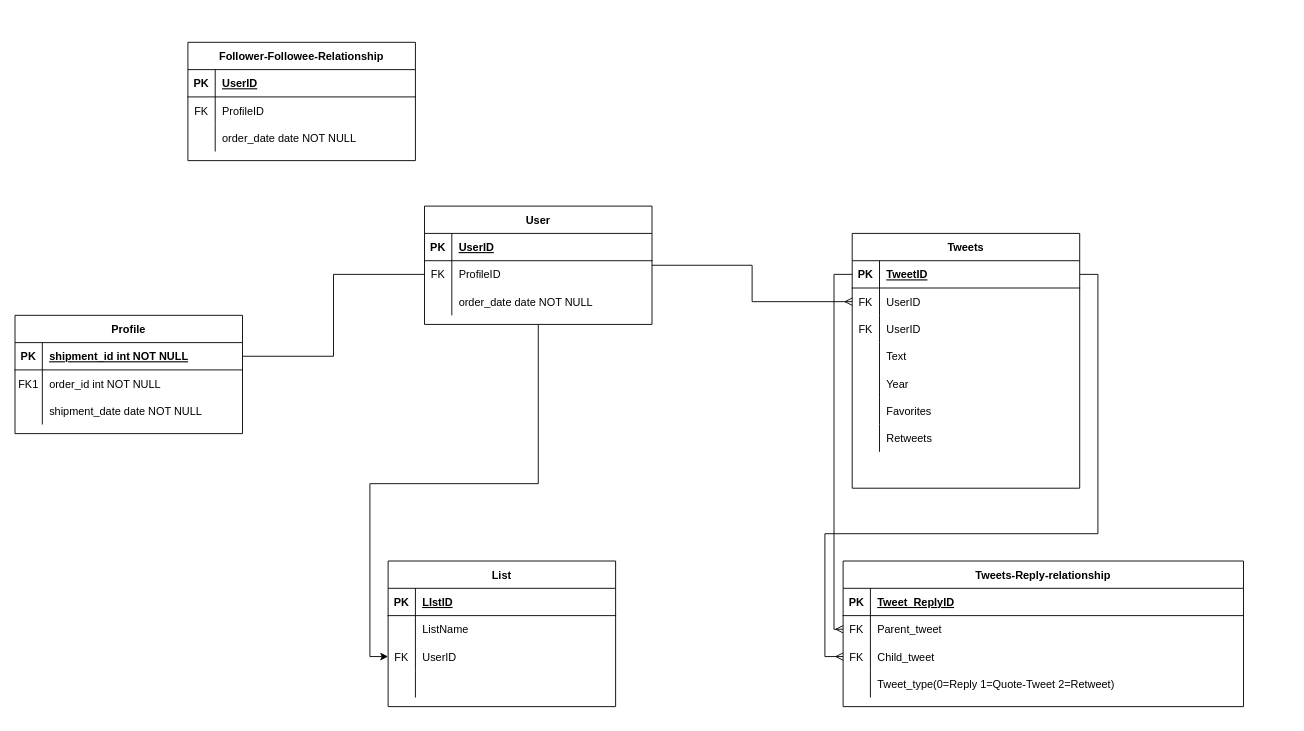
The draw.io diagram 名称未設定ファイル.drawio in kutimiti1234/git_it, before the edit. Source tidied: cells renumbered, new cells numbered last; positions are measured from the earlier drawing's top-left corner, leaving out a move shared by most shapes. Both pictures are drawn from the tidied source at 91%, with x=0, y=0 at pixel (15, 42).
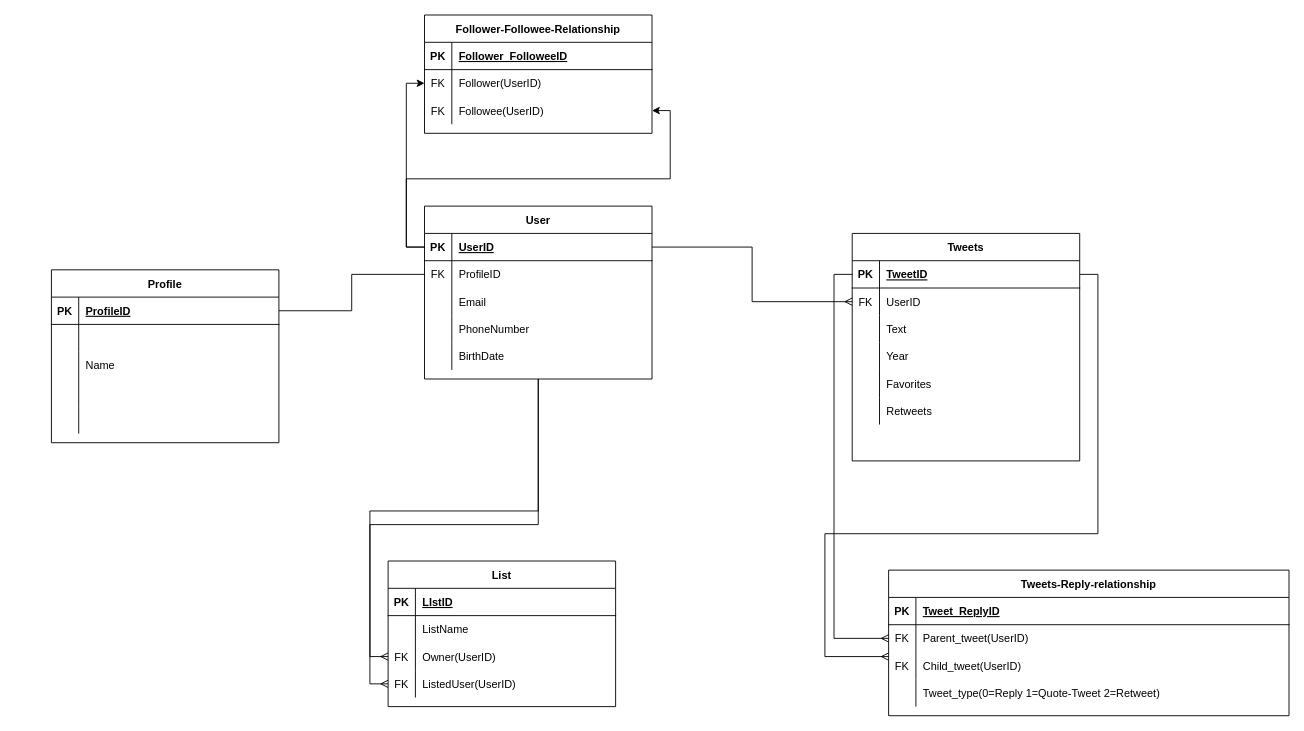
After the change.

Commit message:
名称未設定ファイル.drawio を更新します

The change refers to these unchanged cells:
```xml
<mxCell id="5" style="shape=partialRectangle;fillColor=none;points=[[0,0.5],[1,0.5]];portConstraint=eastwest;top=0;left=0;right=0;bottom=1;" parent="4" vertex="1">
  <mxGeometry y="30" width="250" height="30" as="geometry" />
</mxCell>
<mxCell id="11" style="shape=partialRectangle;fillColor=none;top=0;left=0;right=0;bottom=0;" parent="4" vertex="1">
  <mxGeometry y="90" width="250" height="30" as="geometry" />
</mxCell>
<mxCell id="15" style="shape=partialRectangle;fillColor=none;points=[[0,0.5],[1,0.5]];portConstraint=eastwest;top=0;left=0;right=0;bottom=1;" parent="14" vertex="1">
  <mxGeometry y="30" width="250" height="30" as="geometry" />
</mxCell>
<mxCell id="18" style="shape=partialRectangle;fillColor=none;top=0;left=0;right=0;bottom=0;" parent="14" vertex="1">
  <mxGeometry y="60" width="250" height="30" as="geometry" />
</mxCell>
<mxCell id="21" style="shape=partialRectangle;fillColor=none;top=0;left=0;right=0;bottom=0;" parent="14" vertex="1">
  <mxGeometry y="90" width="250" height="30" as="geometry" />
</mxCell>
<mxCell id="28" style="shape=partialRectangle;fillColor=none;points=[[0,0.5],[1,0.5]];portConstraint=eastwest;top=0;left=0;right=0;bottom=0;" parent="24" vertex="1">
  <mxGeometry y="60" width="250" height="30" as="geometry" />
</mxCell>
<mxCell id="50" style="shape=partialRectangle;fillColor=none;points=[[0,0.5],[1,0.5]];portConstraint=eastwest;top=0;left=0;right=0;bottom=0;" parent="46" vertex="1">
  <mxGeometry y="60" width="440" height="30" as="geometry" />
</mxCell>
<mxCell id="53" style="shape=partialRectangle;fillColor=none;points=[[0,0.5],[1,0.5]];portConstraint=eastwest;top=0;left=0;right=0;bottom=0;" parent="46" vertex="1">
  <mxGeometry y="90" width="440" height="30" as="geometry" />
</mxCell>
<mxCell id="62" value="List" style="shape=table;startSize=30;childLayout=tableLayout;rowLines=0;fontStyle=1;align=center;" parent="1" vertex="1">
  <mxGeometry x="410" y="570" width="250" height="160" as="geometry" />
</mxCell>
<mxCell id="69" style="shape=partialRectangle;fillColor=none;points=[[0,0.5],[1,0.5]];portConstraint=eastwest;top=0;left=0;right=0;bottom=0;" parent="62" vertex="1">
  <mxGeometry y="90" width="250" height="30" as="geometry" />
</mxCell>
<mxCell id="76" style="shape=partialRectangle;fillColor=none;top=0;left=0;right=0;bottom=1;" parent="75" vertex="1">
  <mxGeometry y="30" width="250" height="30" as="geometry" />
</mxCell>
<mxCell id="79" style="shape=partialRectangle;fillColor=none;points=[[0,0.5],[1,0.5]];portConstraint=eastwest;top=0;left=0;right=0;bottom=0;" parent="75" vertex="1">
  <mxGeometry y="60" width="250" height="30" as="geometry" />
</mxCell>
<mxCell id="82" style="shape=partialRectangle;fillColor=none;points=[[0,0.5],[1,0.5]];portConstraint=eastwest;top=0;left=0;right=0;bottom=0;" parent="75" vertex="1">
  <mxGeometry y="90" width="250" height="30" as="geometry" />
</mxCell>
```

What changed in the source:
```diff
@@
-    <mxCell id="2" style="edgeStyle=orthogonalEdgeStyle;rounded=0;jettySize=auto;html=1;entryX=0;entryY=0.5;entryDx=0;entryDy=0;endArrow=ERmany;endFill=0;" parent="1" edge="1" source="4" target="28">
-      <mxGeometry relative="1" as="geometry" />
-    </mxCell>
-    <mxCell id="3" style="edgeStyle=orthogonalEdgeStyle;rounded=0;jettySize=auto;html=1;entryX=0;entryY=0.5;entryDx=0;entryDy=0;" parent="1" edge="1" source="4" target="69">
+    <mxCell id="3" style="edgeStyle=orthogonalEdgeStyle;rounded=0;jettySize=auto;html=1;entryX=0;entryY=0.5;entryDx=0;entryDy=0;endArrow=ERmany;endFill=0;" parent="1" edge="1" source="4" target="69">
       <mxGeometry relative="1" as="geometry" />
     </mxCell>
+    <mxCell id="85" style="edgeStyle=orthogonalEdgeStyle;rounded=0;jettySize=auto;html=1;entryX=0;entryY=0.5;entryDx=0;entryDy=0;endArrow=ERmany;endFill=0;" parent="1" edge="1" source="4" target="98">
+      <mxGeometry relative="1" as="geometry" />
+    </mxCell>
     <mxCell id="4" value="User" style="shape=table;startSize=30;childLayout=tableLayout;rowLines=0;fontStyle=1;align=center;" parent="1" vertex="1">
-      <mxGeometry x="450" y="180" width="250" height="130" as="geometry" />
+      <mxGeometry x="450" y="180" width="250" height="190" as="geometry" />
     </mxCell>
@@
-    <mxCell id="13" value="order_date date NOT NULL" style="shape=partialRectangle;overflow=hidden;fillColor=none;top=0;left=0;bottom=0;right=0;align=left;spacingLeft=6;" parent="11" vertex="1">
+    <mxCell id="13" value="Email" style="shape=partialRectangle;overflow=hidden;fillColor=none;top=0;left=0;bottom=0;right=0;align=left;spacingLeft=6;" parent="11" vertex="1">
       <mxGeometry x="30" width="220" height="30" as="geometry" />
     </mxCell>
+    <mxCell id="86" style="shape=partialRectangle;fillColor=none;top=0;left=0;right=0;bottom=0;" parent="4" vertex="1">
+      <mxGeometry y="120" width="250" height="30" as="geometry" />
+    </mxCell>
+    <mxCell id="87" style="shape=partialRectangle;overflow=hidden;fillColor=none;top=0;left=0;bottom=0;right=0;" parent="86" vertex="1">
+      <mxGeometry width="30" height="30" as="geometry" />
+    </mxCell>
+    <mxCell id="88" value="PhoneNumber" style="shape=partialRectangle;overflow=hidden;fillColor=none;top=0;left=0;bottom=0;right=0;align=left;spacingLeft=6;" parent="86" vertex="1">
+      <mxGeometry x="30" width="220" height="30" as="geometry" />
+    </mxCell>
+    <mxCell id="89" style="shape=partialRectangle;fillColor=none;top=0;left=0;right=0;bottom=0;" parent="4" vertex="1">
+      <mxGeometry y="150" width="250" height="30" as="geometry" />
+    </mxCell>
+    <mxCell id="90" style="shape=partialRectangle;overflow=hidden;fillColor=none;top=0;left=0;bottom=0;right=0;" parent="89" vertex="1">
+      <mxGeometry width="30" height="30" as="geometry" />
+    </mxCell>
+    <mxCell id="91" value="BirthDate" style="shape=partialRectangle;overflow=hidden;fillColor=none;top=0;left=0;bottom=0;right=0;align=left;spacingLeft=6;" parent="89" vertex="1">
+      <mxGeometry x="30" width="220" height="30" as="geometry" />
+    </mxCell>
     <mxCell id="14" value="Profile" style="shape=table;startSize=30;childLayout=tableLayout;rowLines=0;fontStyle=1;align=center;" parent="1" vertex="1">
-      <mxGeometry y="300" width="250" height="130" as="geometry" />
+      <mxGeometry x="40" y="250" width="250" height="190" as="geometry" />
     </mxCell>
@@
-    <mxCell id="17" value="shipment_id int NOT NULL " style="shape=partialRectangle;overflow=hidden;fillColor=none;top=0;left=0;bottom=0;right=0;align=left;spacingLeft=6;fontStyle=5;" parent="15" vertex="1">
+    <mxCell id="17" value="ProfileID" style="shape=partialRectangle;overflow=hidden;fillColor=none;top=0;left=0;bottom=0;right=0;align=left;spacingLeft=6;fontStyle=5;" parent="15" vertex="1">
       <mxGeometry x="30" width="220" height="30" as="geometry" />
     </mxCell>
@@
-    <mxCell id="19" value="FK1" style="shape=partialRectangle;overflow=hidden;fillColor=none;top=0;left=0;bottom=0;right=0;" parent="18" vertex="1">
+    <mxCell id="19" style="shape=partialRectangle;overflow=hidden;fillColor=none;top=0;left=0;bottom=0;right=0;" parent="18" vertex="1">
       <mxGeometry width="30" height="30" as="geometry" />
     </mxCell>
-    <mxCell id="20" value="order_id int NOT NULL" style="shape=partialRectangle;overflow=hidden;fillColor=none;top=0;left=0;bottom=0;right=0;align=left;spacingLeft=6;" parent="18" vertex="1">
+    <mxCell id="20" style="shape=partialRectangle;overflow=hidden;fillColor=none;top=0;left=0;bottom=0;right=0;align=left;spacingLeft=6;" parent="18" vertex="1">
       <mxGeometry x="30" width="220" height="30" as="geometry" />
     </mxCell>
@@
-    <mxCell id="23" value="shipment_date date NOT NULL" style="shape=partialRectangle;overflow=hidden;fillColor=none;top=0;left=0;bottom=0;right=0;align=left;spacingLeft=6;" parent="21" vertex="1">
+    <mxCell id="23" value="Name" style="shape=partialRectangle;overflow=hidden;fillColor=none;top=0;left=0;bottom=0;right=0;align=left;spacingLeft=6;" parent="21" vertex="1">
       <mxGeometry x="30" width="220" height="30" as="geometry" />
     </mxCell>
+    <mxCell id="92" style="shape=partialRectangle;fillColor=none;top=0;left=0;right=0;bottom=0;" parent="14" vertex="1">
+      <mxGeometry y="120" width="250" height="30" as="geometry" />
+    </mxCell>
+    <mxCell id="93" style="shape=partialRectangle;overflow=hidden;fillColor=none;top=0;left=0;bottom=0;right=0;" parent="92" vertex="1">
+      <mxGeometry width="30" height="30" as="geometry" />
+    </mxCell>
+    <mxCell id="94" style="shape=partialRectangle;overflow=hidden;fillColor=none;top=0;left=0;bottom=0;right=0;align=left;spacingLeft=6;" parent="92" vertex="1">
+      <mxGeometry x="30" width="220" height="30" as="geometry" />
+    </mxCell>
+    <mxCell id="95" style="shape=partialRectangle;fillColor=none;top=0;left=0;right=0;bottom=0;" parent="14" vertex="1">
+      <mxGeometry y="150" width="250" height="30" as="geometry" />
+    </mxCell>
+    <mxCell id="96" style="shape=partialRectangle;overflow=hidden;fillColor=none;top=0;left=0;bottom=0;right=0;" parent="95" vertex="1">
+      <mxGeometry width="30" height="30" as="geometry" />
+    </mxCell>
+    <mxCell id="97" style="shape=partialRectangle;overflow=hidden;fillColor=none;top=0;left=0;bottom=0;right=0;align=left;spacingLeft=6;" parent="95" vertex="1">
+      <mxGeometry x="30" width="220" height="30" as="geometry" />
+    </mxCell>
     <mxCell id="24" value="Tweets" style="shape=table;startSize=30;childLayout=tableLayout;rowLines=0;fontStyle=1;align=center;" parent="1" vertex="1">
-      <mxGeometry x="920" y="210" width="250" height="280" as="geometry" />
+      <mxGeometry x="920" y="210" width="250" height="250" as="geometry" />
     </mxCell>
@@
-    <mxCell id="31" style="shape=partialRectangle;fillColor=none;top=0;left=0;right=0;bottom=0;" parent="24" vertex="1">
-      <mxGeometry y="90" width="250" height="30" as="geometry" />
-    </mxCell>
-    <mxCell id="32" value="FK" style="shape=partialRectangle;overflow=hidden;fillColor=none;top=0;left=0;bottom=0;right=0;" parent="31" vertex="1">
-      <mxGeometry width="30" height="30" as="geometry" />
-    </mxCell>
-    <mxCell id="33" value="UserID" style="shape=partialRectangle;overflow=hidden;fillColor=none;top=0;left=0;bottom=0;right=0;align=left;spacingLeft=6;" parent="31" vertex="1">
-      <mxGeometry x="30" width="220" height="30" as="geometry" />
-    </mxCell>
     <mxCell id="34" style="shape=partialRectangle;fillColor=none;top=0;left=0;right=0;bottom=0;" parent="24" vertex="1">
-      <mxGeometry y="120" width="250" height="30" as="geometry" />
+      <mxGeometry y="90" width="250" height="30" as="geometry" />
     </mxCell>
@@
     <mxCell id="37" style="shape=partialRectangle;fillColor=none;top=0;left=0;right=0;bottom=0;" parent="24" vertex="1">
-      <mxGeometry y="150" width="250" height="30" as="geometry" />
+      <mxGeometry y="120" width="250" height="30" as="geometry" />
     </mxCell>
@@
     <mxCell id="40" style="shape=partialRectangle;fillColor=none;top=0;left=0;right=0;bottom=0;" parent="24" vertex="1">
-      <mxGeometry y="180" width="250" height="30" as="geometry" />
+      <mxGeometry y="150" width="250" height="30" as="geometry" />
     </mxCell>
@@
     <mxCell id="43" style="shape=partialRectangle;fillColor=none;top=0;left=0;right=0;bottom=0;" parent="24" vertex="1">
-      <mxGeometry y="210" width="250" height="30" as="geometry" />
+      <mxGeometry y="180" width="250" height="30" as="geometry" />
     </mxCell>
@@
     <mxCell id="46" value="Tweets-Reply-relationship" style="shape=table;startSize=30;childLayout=tableLayout;rowLines=0;fontStyle=1;align=center;" parent="1" vertex="1">
-      <mxGeometry x="910" y="570" width="440" height="160" as="geometry" />
+      <mxGeometry x="960" y="580" width="440" height="160" as="geometry" />
     </mxCell>
@@
-    <mxCell id="52" value="Parent_tweet" style="shape=partialRectangle;overflow=hidden;fillColor=none;top=0;left=0;bottom=0;right=0;align=left;spacingLeft=6;" parent="50" vertex="1">
+    <mxCell id="52" value="Parent_tweet(UserID)" style="shape=partialRectangle;overflow=hidden;fillColor=none;top=0;left=0;bottom=0;right=0;align=left;spacingLeft=6;" parent="50" vertex="1">
       <mxGeometry x="30" width="410" height="30" as="geometry" />
     </mxCell>
@@
-    <mxCell id="55" value="Child_tweet" style="shape=partialRectangle;overflow=hidden;fillColor=none;top=0;left=0;bottom=0;right=0;align=left;spacingLeft=6;" parent="53" vertex="1">
+    <mxCell id="55" value="Child_tweet(UserID)" style="shape=partialRectangle;overflow=hidden;fillColor=none;top=0;left=0;bottom=0;right=0;align=left;spacingLeft=6;" parent="53" vertex="1">
       <mxGeometry x="30" width="410" height="30" as="geometry" />
     </mxCell>
@@
-    <mxCell id="71" value="UserID" style="shape=partialRectangle;overflow=hidden;fillColor=none;top=0;left=0;bottom=0;right=0;align=left;spacingLeft=6;" parent="69" vertex="1">
+    <mxCell id="71" value="Owner(UserID)" style="shape=partialRectangle;overflow=hidden;fillColor=none;top=0;left=0;bottom=0;right=0;align=left;spacingLeft=6;" parent="69" vertex="1">
       <mxGeometry x="30" width="220" height="30" as="geometry" />
     </mxCell>
-    <mxCell id="72" style="shape=partialRectangle;fillColor=none;top=0;left=0;right=0;bottom=0;" parent="62" vertex="1">
-      <mxGeometry y="120" width="250" height="30" as="geometry" />
-    </mxCell>
-    <mxCell id="73" style="shape=partialRectangle;overflow=hidden;fillColor=none;top=0;left=0;bottom=0;right=0;" parent="72" vertex="1">
-      <mxGeometry width="30" height="30" as="geometry" />
-    </mxCell>
-    <mxCell id="74" style="shape=partialRectangle;overflow=hidden;fillColor=none;top=0;left=0;bottom=0;right=0;align=left;spacingLeft=6;" parent="72" vertex="1">
-      <mxGeometry x="30" width="220" height="30" as="geometry" />
-    </mxCell>
+    <mxCell id="98" style="shape=partialRectangle;fillColor=none;points=[[0,0.5],[1,0.5]];portConstraint=eastwest;top=0;left=0;right=0;bottom=0;" parent="62" vertex="1">
+      <mxGeometry y="120" width="250" height="30" as="geometry" />
+    </mxCell>
+    <mxCell id="32" value="FK" style="shape=partialRectangle;overflow=hidden;fillColor=none;top=0;left=0;bottom=0;right=0;" parent="98" vertex="1">
+      <mxGeometry width="30" height="30" as="geometry" />
+    </mxCell>
+    <mxCell id="99" value="ListedUser(UserID)" style="shape=partialRectangle;overflow=hidden;fillColor=none;top=0;left=0;bottom=0;right=0;align=left;spacingLeft=6;" parent="98" vertex="1">
+      <mxGeometry x="30" width="220" height="30" as="geometry" />
+    </mxCell>
     <mxCell id="75" value="Follower-Followee-Relationship" style="shape=table;startSize=30;childLayout=tableLayout;rowLines=0;fontStyle=1;align=center;" parent="1" vertex="1">
-      <mxGeometry x="190" width="250" height="130" as="geometry" />
+      <mxGeometry x="450" y="-30" width="250" height="130" as="geometry" />
     </mxCell>
@@
-    <mxCell id="78" value="UserID" style="shape=partialRectangle;overflow=hidden;fillColor=none;top=0;left=0;bottom=0;right=0;align=left;spacingLeft=6;fontStyle=5;" parent="76" vertex="1">
+    <mxCell id="78" value="Follower_FolloweeID" style="shape=partialRectangle;overflow=hidden;fillColor=none;top=0;left=0;bottom=0;right=0;align=left;spacingLeft=6;fontStyle=5;" parent="76" vertex="1">
       <mxGeometry x="30" width="220" height="30" as="geometry" />
     </mxCell>
@@
-    <mxCell id="81" value="ProfileID" style="shape=partialRectangle;overflow=hidden;fillColor=none;top=0;left=0;bottom=0;right=0;align=left;spacingLeft=6;" parent="79" vertex="1">
+    <mxCell id="81" value="Follower(UserID)" style="shape=partialRectangle;overflow=hidden;fillColor=none;top=0;left=0;bottom=0;right=0;align=left;spacingLeft=6;" parent="79" vertex="1">
       <mxGeometry x="30" width="220" height="30" as="geometry" />
     </mxCell>
@@
-    <mxCell id="83" style="shape=partialRectangle;overflow=hidden;fillColor=none;top=0;left=0;bottom=0;right=0;" parent="82" vertex="1">
+    <mxCell id="83" value="FK" style="shape=partialRectangle;overflow=hidden;fillColor=none;top=0;left=0;bottom=0;right=0;" parent="82" vertex="1">
       <mxGeometry width="30" height="30" as="geometry" />
     </mxCell>
-    <mxCell id="84" value="order_date date NOT NULL" style="shape=partialRectangle;overflow=hidden;fillColor=none;top=0;left=0;bottom=0;right=0;align=left;spacingLeft=6;" parent="82" vertex="1">
+    <mxCell id="84" value="Followee(UserID)" style="shape=partialRectangle;overflow=hidden;fillColor=none;top=0;left=0;bottom=0;right=0;align=left;spacingLeft=6;" parent="82" vertex="1">
       <mxGeometry x="30" width="220" height="30" as="geometry" />
     </mxCell>
+    <mxCell id="100" style="edgeStyle=orthogonalEdgeStyle;rounded=0;jettySize=auto;html=1;entryX=0;entryY=0.5;entryDx=0;entryDy=0;endArrow=ERmany;endFill=0;" parent="1" edge="1" source="5" target="28">
+      <mxGeometry relative="1" as="geometry" />
+    </mxCell>
+    <mxCell id="101" style="edgeStyle=orthogonalEdgeStyle;rounded=0;jettySize=auto;html=1;entryX=0;entryY=0.5;entryDx=0;entryDy=0;" parent="1" edge="1" source="5" target="79">
+      <mxGeometry relative="1" as="geometry" />
+    </mxCell>
+    <mxCell id="102" style="edgeStyle=orthogonalEdgeStyle;rounded=0;jettySize=auto;html=1;entryX=1;entryY=0.5;entryDx=0;entryDy=0;" parent="1" edge="1" source="5" target="82">
+      <mxGeometry relative="1" as="geometry" />
+    </mxCell>
+    <mxCell id="103" style="shape=partialRectangle;overflow=hidden;fillColor=none;top=0;left=0;bottom=0;right=0;align=left;spacingLeft=6;" parent="1" vertex="1">
+      <mxGeometry x="70" y="310" width="220" height="30" as="geometry" />
+    </mxCell>
```
